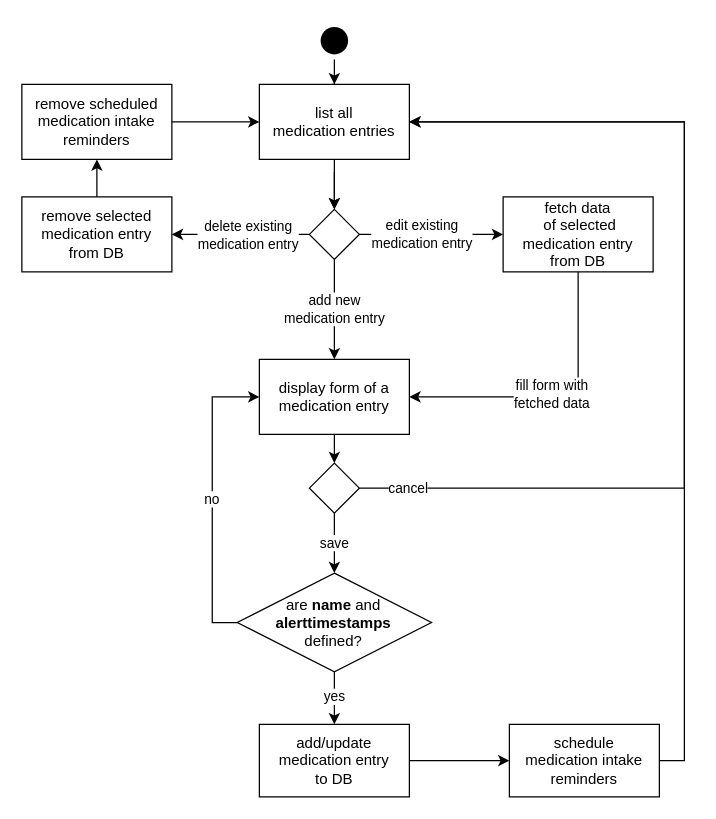
Above: doc/images/raw/activity_diagram.drawio in eco3/Medify (draw.io), before the change. Source tidied: cells renumbered, new cells numbered last; positions are measured from the earlier drawing's top-left corner, leaving out a move shared by most shapes. Both pictures are drawn from the tidied source at 125%, with x=0, y=0 at pixel (21, 21).
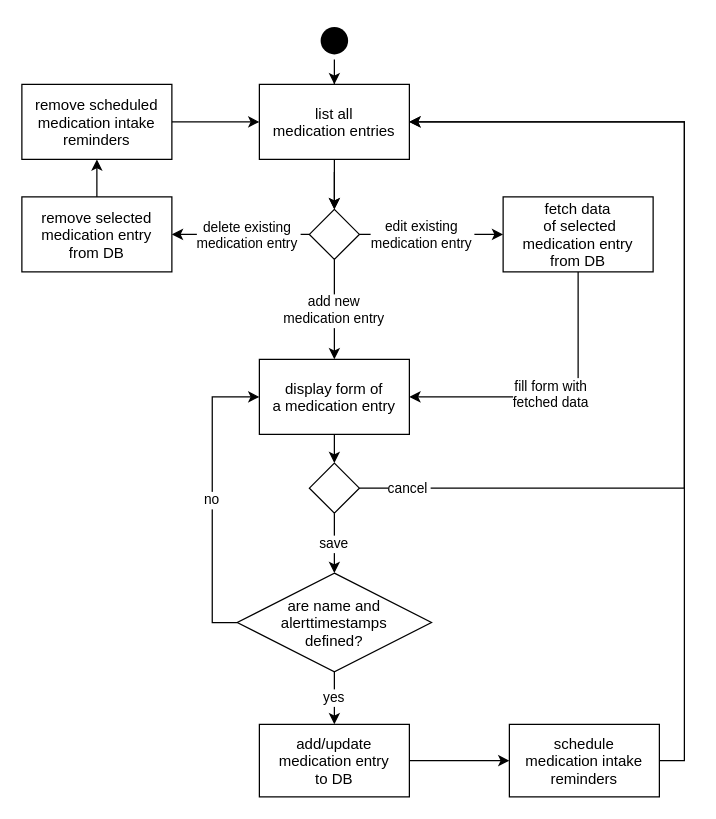
Above is the later version.

Unchanged cells that the change refers to:
```xml
<mxCell id="3" style="ellipse;shape=startState;fillColor=#000000;strokeColor=none;" parent="1" vertex="1">
  <mxGeometry x="235" width="30" height="30" as="geometry" />
</mxCell>
```

What changed in the source:
```diff
@@
-    <mxCell id="2" style="edgeStyle=orthogonalEdgeStyle;rounded=0;jettySize=auto;html=1;" parent="1" edge="1" source="3" target="11">
+    <mxCell id="2" style="edgeStyle=orthogonalEdgeStyle;rounded=0;jettySize=auto;" parent="1" edge="1" source="3" target="11">
       <mxGeometry relative="1" as="geometry" />
     </mxCell>
@@
-    <mxCell id="4" style="edgeStyle=orthogonalEdgeStyle;rounded=0;jettySize=auto;html=1;entryX=0.5;entryY=0;entryDx=0;entryDy=0;" parent="1" edge="1" target="9">
+    <mxCell id="4" style="edgeStyle=orthogonalEdgeStyle;rounded=0;jettySize=auto;entryX=0.5;entryY=0;entryDx=0;entryDy=0;" parent="1" edge="1" target="9">
       <mxGeometry relative="1" as="geometry">
         <mxPoint x="250" y="120" as="sourcePoint" />
       </mxGeometry>
     </mxCell>
-    <mxCell id="5" value="add new&lt;br&gt;medication entry" style="edgeStyle=orthogonalEdgeStyle;rounded=0;jettySize=auto;html=1;entryX=0.5;entryY=0;entryDx=0;entryDy=0;" parent="1" edge="1" source="9" target="16">
+    <mxCell id="5" value="add new&#10;medication entry" style="edgeStyle=orthogonalEdgeStyle;rounded=0;jettySize=auto;entryX=0.5;entryY=0;entryDx=0;entryDy=0;" parent="1" edge="1" source="9" target="16">
       <mxGeometry relative="1" as="geometry" />
     </mxCell>
-    <mxCell id="6" value="edit existing&lt;br&gt;medication entry" style="edgeStyle=orthogonalEdgeStyle;rounded=0;jettySize=auto;html=1;" parent="1" edge="1" source="9" target="14">
+    <mxCell id="6" value="edit existing&#10;medication entry" style="edgeStyle=orthogonalEdgeStyle;rounded=0;jettySize=auto;" parent="1" edge="1" source="9" target="14">
       <mxGeometry x="-0.13" relative="1" as="geometry" />
     </mxCell>
-    <mxCell id="7" style="edgeStyle=orthogonalEdgeStyle;rounded=0;jettySize=auto;html=1;" parent="1" edge="1" source="9" target="28">
+    <mxCell id="7" style="edgeStyle=orthogonalEdgeStyle;rounded=0;jettySize=auto;" parent="1" edge="1" source="9" target="28">
       <mxGeometry relative="1" as="geometry" />
     </mxCell>
-    <mxCell id="8" value="delete existing&lt;br&gt;medication entry" style="edgeLabel;html=1;align=center;verticalAlign=middle;" parent="7" vertex="1">
+    <mxCell id="8" value="delete existing&#10;medication entry" style="edgeLabel;align=center;verticalAlign=middle;" parent="7" vertex="1">
       <mxGeometry x="-0.17" y="-2" relative="1" as="geometry">
         <mxPoint x="-4" y="2" as="offset" />
       </mxGeometry>
     </mxCell>
-    <mxCell id="9" style="rhombus;whiteSpace=wrap;html=1;" parent="1" vertex="1">
+    <mxCell id="9" style="rhombus;" parent="1" vertex="1">
       <mxGeometry x="230" y="150" width="40" height="40" as="geometry" />
     </mxCell>
-    <mxCell id="10" style="edgeStyle=orthogonalEdgeStyle;rounded=0;jettySize=auto;html=1;" parent="1" edge="1" source="11" target="9">
+    <mxCell id="10" style="edgeStyle=orthogonalEdgeStyle;rounded=0;jettySize=auto;" parent="1" edge="1" source="11" target="9">
       <mxGeometry relative="1" as="geometry" />
     </mxCell>
-    <mxCell id="11" value="&lt;span style=&quot;font-family: helvetica; font-size: 12px; font-style: normal; font-weight: 400; letter-spacing: normal; text-align: center; text-indent: 0px; text-transform: none; word-spacing: 0px; display: inline; float: none;&quot;&gt;list all&lt;/span&gt;&lt;br style=&quot;padding: 0px; margin: 0px; font-family: helvetica; font-size: 12px; font-style: normal; font-weight: 400; letter-spacing: normal; text-align: center; text-indent: 0px; text-transform: none; word-spacing: 0px;&quot;&gt;&lt;span style=&quot;font-family: helvetica; font-size: 12px; font-style: normal; font-weight: 400; letter-spacing: normal; text-align: center; text-indent: 0px; text-transform: none; word-spacing: 0px; display: inline; float: none;&quot;&gt;medication entries&lt;/span&gt;" style="rounded=0;whiteSpace=wrap;html=1;fillColor=default;labelBackgroundColor=none;fontColor=default;" parent="1" vertex="1">
+    <mxCell id="11" value="list all&#10;medication entries" style="rounded=0;fillColor=default;labelBackgroundColor=none;fontColor=default;" parent="1" vertex="1">
       <mxGeometry x="190" y="50" width="120" height="60" as="geometry" />
     </mxCell>
-    <mxCell id="12" style="edgeStyle=orthogonalEdgeStyle;rounded=0;jettySize=auto;html=1;exitX=0.5;exitY=1;exitDx=0;exitDy=0;entryX=1;entryY=0.5;entryDx=0;entryDy=0;" parent="1" edge="1" source="14" target="16">
+    <mxCell id="12" style="edgeStyle=orthogonalEdgeStyle;rounded=0;jettySize=auto;exitX=0.5;exitY=1;exitDx=0;exitDy=0;entryX=1;entryY=0.5;entryDx=0;entryDy=0;" parent="1" edge="1" source="14" target="16">
       <mxGeometry relative="1" as="geometry" />
     </mxCell>
-    <mxCell id="13" value="fill form with&lt;br&gt;fetched data" style="edgeLabel;html=1;align=center;verticalAlign=middle;" parent="12" vertex="1">
+    <mxCell id="13" value="fill form with&#10;fetched data" style="edgeLabel;align=center;verticalAlign=middle;" parent="12" vertex="1">
       <mxGeometry x="0.04" y="-3" relative="1" as="geometry" />
     </mxCell>
-    <mxCell id="14" value="fetch data&lt;br&gt;&amp;nbsp;of selected&lt;br&gt;medication entry&lt;br&gt;from DB" style="whiteSpace=wrap;html=1;" parent="1" vertex="1">
+    <mxCell id="14" value="fetch data&#10; of selected&#10;medication entry&#10;from DB" parent="1" vertex="1">
       <mxGeometry x="385" y="140" width="120" height="60" as="geometry" />
     </mxCell>
-    <mxCell id="15" style="edgeStyle=orthogonalEdgeStyle;rounded=0;jettySize=auto;html=1;entryX=0.5;entryY=0;entryDx=0;entryDy=0;" parent="1" edge="1" source="16" target="19">
+    <mxCell id="15" style="edgeStyle=orthogonalEdgeStyle;rounded=0;jettySize=auto;entryX=0.5;entryY=0;entryDx=0;entryDy=0;" parent="1" edge="1" source="16" target="19">
       <mxGeometry relative="1" as="geometry" />
     </mxCell>
-    <mxCell id="16" value="display form of a medication entry" style="rounded=0;whiteSpace=wrap;html=1;" parent="1" vertex="1">
+    <mxCell id="16" value="display form of&#10;a medication entry" style="rounded=0;" parent="1" vertex="1">
       <mxGeometry x="190" y="270" width="120" height="60" as="geometry" />
     </mxCell>
-    <mxCell id="17" value="save" style="edgeStyle=orthogonalEdgeStyle;rounded=0;jettySize=auto;html=1;" parent="1" edge="1" source="19" target="26">
+    <mxCell id="17" value="save" style="edgeStyle=orthogonalEdgeStyle;rounded=0;jettySize=auto;" parent="1" edge="1" source="19" target="26">
       <mxGeometry relative="1" as="geometry" />
     </mxCell>
-    <mxCell id="18" value="cancel" style="edgeStyle=orthogonalEdgeStyle;rounded=0;jettySize=auto;html=1;exitX=1;exitY=0.5;exitDx=0;exitDy=0;entryX=1;entryY=0.5;entryDx=0;entryDy=0;spacing=10;" parent="1" edge="1" source="19" target="11">
+    <mxCell id="18" value="cancel" style="edgeStyle=orthogonalEdgeStyle;rounded=0;jettySize=auto;exitX=1;exitY=0.5;exitDx=0;exitDy=0;entryX=1;entryY=0.5;entryDx=0;entryDy=0;spacing=10;" parent="1" edge="1" source="19" target="11">
       <mxGeometry x="-0.9" relative="1" as="geometry">
         <Array as="points">
           <mxPoint x="530" y="373" />
           <mxPoint x="530" y="80" />
         </Array>
       </mxGeometry>
     </mxCell>
-    <mxCell id="19" style="rhombus;whiteSpace=wrap;html=1;" parent="1" vertex="1">
+    <mxCell id="19" style="rhombus;" parent="1" vertex="1">
       <mxGeometry x="230" y="353" width="40" height="40" as="geometry" />
     </mxCell>
-    <mxCell id="20" style="edgeStyle=orthogonalEdgeStyle;rounded=0;jettySize=auto;html=1;" parent="1" edge="1" source="21" target="23">
+    <mxCell id="20" style="edgeStyle=orthogonalEdgeStyle;rounded=0;jettySize=auto;" parent="1" edge="1" source="21" target="23">
       <mxGeometry relative="1" as="geometry" />
     </mxCell>
-    <mxCell id="21" value="add/update&lt;br&gt;medication entry&lt;br&gt;to DB" style="whiteSpace=wrap;html=1;" parent="1" vertex="1">
+    <mxCell id="21" value="add/update&#10;medication entry&#10;to DB" parent="1" vertex="1">
       <mxGeometry x="190" y="562" width="120" height="58" as="geometry" />
     </mxCell>
-    <mxCell id="22" style="edgeStyle=orthogonalEdgeStyle;rounded=0;jettySize=auto;html=1;exitX=1;exitY=0.5;exitDx=0;exitDy=0;entryX=1;entryY=0.5;entryDx=0;entryDy=0;" parent="1" edge="1" source="23" target="11">
+    <mxCell id="22" style="edgeStyle=orthogonalEdgeStyle;rounded=0;jettySize=auto;exitX=1;exitY=0.5;exitDx=0;exitDy=0;entryX=1;entryY=0.5;entryDx=0;entryDy=0;" parent="1" edge="1" source="23" target="11">
       <mxGeometry relative="1" as="geometry">
         <Array as="points">
           <mxPoint x="530" y="591" />
           <mxPoint x="530" y="80" />
         </Array>
       </mxGeometry>
     </mxCell>
-    <mxCell id="23" value="schedule&lt;br&gt;medication intake&lt;br&gt;reminders" style="whiteSpace=wrap;html=1;" parent="1" vertex="1">
+    <mxCell id="23" value="schedule&#10;medication intake&#10;reminders" parent="1" vertex="1">
       <mxGeometry x="390" y="562" width="120" height="58" as="geometry" />
     </mxCell>
-    <mxCell id="24" value="no" style="edgeStyle=orthogonalEdgeStyle;rounded=0;jettySize=auto;html=1;exitX=0;exitY=0.5;exitDx=0;exitDy=0;entryX=0;entryY=0.5;entryDx=0;entryDy=0;" parent="1" edge="1" source="26" target="16">
+    <mxCell id="24" value="no" style="edgeStyle=orthogonalEdgeStyle;rounded=0;jettySize=auto;exitX=0;exitY=0.5;exitDx=0;exitDy=0;entryX=0;entryY=0.5;entryDx=0;entryDy=0;" parent="1" edge="1" source="26" target="16">
       <mxGeometry relative="1" as="geometry" />
     </mxCell>
-    <mxCell id="25" value="yes" style="edgeStyle=orthogonalEdgeStyle;rounded=0;jettySize=auto;html=1;exitX=0.5;exitY=1;exitDx=0;exitDy=0;entryX=0.5;entryY=0;entryDx=0;entryDy=0;" parent="1" edge="1" source="26" target="21">
+    <mxCell id="25" value="yes" style="edgeStyle=orthogonalEdgeStyle;rounded=0;jettySize=auto;exitX=0.5;exitY=1;exitDx=0;exitDy=0;entryX=0.5;entryY=0;entryDx=0;entryDy=0;" parent="1" edge="1" source="26" target="21">
       <mxGeometry x="-0.05" relative="1" as="geometry" />
     </mxCell>
-    <mxCell id="26" value="are &lt;b&gt;name&amp;nbsp;&lt;/b&gt;and&lt;br&gt;&lt;b&gt;alerttimestamps&lt;br&gt;&lt;/b&gt;defined?" style="rhombus;whiteSpace=wrap;html=1;" parent="1" vertex="1">
+    <mxCell id="26" value="are name and&#10;alerttimestamps&#10;defined?" style="rhombus;" parent="1" vertex="1">
       <mxGeometry x="172.3" y="441" width="155.4" height="79" as="geometry" />
     </mxCell>
-    <mxCell id="27" style="edgeStyle=orthogonalEdgeStyle;rounded=0;jettySize=auto;html=1;" parent="1" edge="1" source="28" target="30">
+    <mxCell id="27" style="edgeStyle=orthogonalEdgeStyle;rounded=0;jettySize=auto;" parent="1" edge="1" source="28" target="30">
       <mxGeometry relative="1" as="geometry" />
     </mxCell>
-    <mxCell id="28" value="remove selected&lt;br&gt;medication entry&lt;br&gt;from DB" style="whiteSpace=wrap;html=1;" parent="1" vertex="1">
+    <mxCell id="28" value="remove selected&#10;medication entry&#10;from DB" parent="1" vertex="1">
       <mxGeometry y="140" width="120" height="60" as="geometry" />
     </mxCell>
-    <mxCell id="29" style="edgeStyle=orthogonalEdgeStyle;rounded=0;jettySize=auto;html=1;exitX=1;exitY=0.5;exitDx=0;exitDy=0;entryX=0;entryY=0.5;entryDx=0;entryDy=0;" parent="1" edge="1" source="30" target="11">
+    <mxCell id="29" style="edgeStyle=orthogonalEdgeStyle;rounded=0;jettySize=auto;exitX=1;exitY=0.5;exitDx=0;exitDy=0;entryX=0;entryY=0.5;entryDx=0;entryDy=0;" parent="1" edge="1" source="30" target="11">
       <mxGeometry relative="1" as="geometry" />
     </mxCell>
-    <mxCell id="30" value="remove scheduled&lt;br&gt;medication intake&lt;br&gt;reminders" style="whiteSpace=wrap;html=1;" parent="1" vertex="1">
+    <mxCell id="30" value="remove scheduled&#10;medication intake&#10;reminders" parent="1" vertex="1">
       <mxGeometry y="50" width="120" height="60" as="geometry" />
     </mxCell>
```
